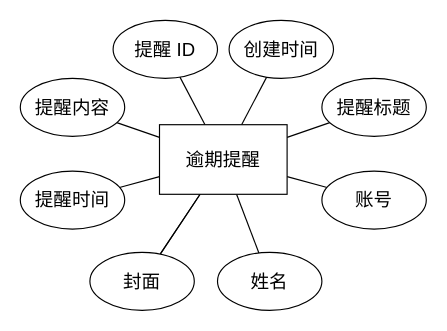
The draw.io diagram 图3-26.drawio in blackjack2022/draw.io, before the edit. Source tidied: cells renumbered, new cells numbered last; positions are measured from the earlier drawing's top-left corner, leaving out a move shared by most shapes. Both pictures are drawn from the tidied source at 116%, with x=0, y=0 at pixel (20, 20).
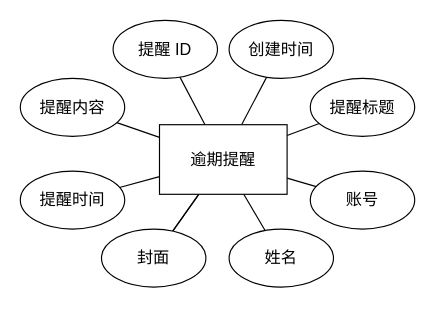
The same diagram, later.

Diff of the diagram source:
```diff
@@
 <mxGraphModel>
   <root>
     <mxCell id="0" />
     <mxCell id="1" parent="0" />
-    <mxCell id="2" style="rounded=0;jettySize=auto;html=1;endArrow=none;startFill=0;fontFamily=宋体;fontSize=16;" parent="1" edge="1" source="11" target="14">
+    <mxCell id="2" style="rounded=0;jettySize=auto;html=1;endArrow=none;startFill=0;fontFamily=宋体;fontSize=14;" parent="1" edge="1" source="11" target="14">
       <mxGeometry relative="1" as="geometry" />
     </mxCell>
-    <mxCell id="3" style="rounded=0;jettySize=auto;html=1;endArrow=none;startFill=0;fontFamily=宋体;fontSize=16;" parent="1" edge="1" source="11" target="15">
+    <mxCell id="3" style="rounded=0;jettySize=auto;html=1;endArrow=none;startFill=0;fontFamily=宋体;fontSize=14;" parent="1" edge="1" source="11" target="15">
       <mxGeometry relative="1" as="geometry" />
     </mxCell>
-    <mxCell id="4" style="rounded=0;jettySize=auto;html=1;endArrow=none;startFill=0;fontFamily=宋体;fontSize=16;" parent="1" edge="1" source="11" target="16">
+    <mxCell id="4" style="rounded=0;jettySize=auto;html=1;endArrow=none;startFill=0;fontFamily=宋体;fontSize=14;" parent="1" edge="1" source="11" target="16">
       <mxGeometry relative="1" as="geometry" />
     </mxCell>
-    <mxCell id="5" style="rounded=0;jettySize=auto;html=1;endArrow=none;startFill=0;fontFamily=宋体;fontSize=16;" parent="1" edge="1" source="11" target="17">
+    <mxCell id="5" style="rounded=0;jettySize=auto;html=1;endArrow=none;startFill=0;fontFamily=宋体;fontSize=14;" parent="1" edge="1" source="11" target="17">
       <mxGeometry relative="1" as="geometry" />
     </mxCell>
-    <mxCell id="6" style="rounded=0;jettySize=auto;html=1;endArrow=none;startFill=0;fontFamily=宋体;fontSize=16;" parent="1" edge="1" source="11" target="18">
+    <mxCell id="6" style="rounded=0;jettySize=auto;html=1;endArrow=none;startFill=0;fontFamily=宋体;fontSize=14;" parent="1" edge="1" source="11" target="18">
       <mxGeometry relative="1" as="geometry" />
     </mxCell>
-    <mxCell id="7" style="rounded=0;jettySize=auto;html=1;endArrow=none;startFill=0;fontFamily=宋体;fontSize=16;" parent="1" edge="1" source="11" target="13">
+    <mxCell id="7" style="rounded=0;jettySize=auto;html=1;endArrow=none;startFill=0;fontFamily=宋体;fontSize=14;" parent="1" edge="1" source="11" target="13">
       <mxGeometry relative="1" as="geometry" />
     </mxCell>
-    <mxCell id="8" style="rounded=0;jettySize=auto;html=1;endArrow=none;startFill=0;fontFamily=宋体;fontSize=16;" parent="1" edge="1" source="11" target="12">
+    <mxCell id="8" style="rounded=0;jettySize=auto;html=1;endArrow=none;startFill=0;fontFamily=宋体;fontSize=14;" parent="1" edge="1" source="11" target="12">
       <mxGeometry relative="1" as="geometry" />
     </mxCell>
-    <mxCell id="9" style="rounded=0;jettySize=auto;html=1;endArrow=none;startFill=0;fontFamily=宋体;fontSize=16;" parent="1" edge="1" source="11" target="19">
+    <mxCell id="9" style="rounded=0;jettySize=auto;html=1;endArrow=none;startFill=0;fontFamily=宋体;fontSize=14;" parent="1" edge="1" source="11" target="19">
       <mxGeometry relative="1" as="geometry" />
     </mxCell>
-    <mxCell id="10" style="rounded=0;jettySize=auto;html=1;endArrow=none;startFill=0;fontFamily=宋体;fontSize=16;" parent="1" edge="1" source="11" target="18">
+    <mxCell id="10" style="rounded=0;jettySize=auto;html=1;endArrow=none;startFill=0;fontFamily=宋体;fontSize=14;" parent="1" edge="1" source="11" target="18">
       <mxGeometry relative="1" as="geometry" />
     </mxCell>
-    <mxCell id="11" value="逾期提醒" style="rounded=0;whiteSpace=wrap;html=1;fontFamily=宋体;fontSize=16;" parent="1" vertex="1">
+    <mxCell id="11" value="逾期提醒" style="rounded=0;whiteSpace=wrap;html=1;fontFamily=宋体;fontSize=14;" parent="1" vertex="1">
       <mxGeometry x="120" y="90" width="110" height="60" as="geometry" />
     </mxCell>
-    <mxCell id="12" value="&lt;p class=&quot;MsoNormal&quot;&gt;&lt;span style=&quot;font-size: 12pt;&quot;&gt;提醒内容&lt;/span&gt;&lt;/p&gt;" style="ellipse;whiteSpace=wrap;html=1;fontFamily=宋体;fontSize=16;" parent="1" vertex="1">
+    <mxCell id="12" value="&lt;p class=&quot;MsoNormal&quot;&gt;&lt;span&gt;提醒内容&lt;/span&gt;&lt;/p&gt;" style="ellipse;whiteSpace=wrap;html=1;fontFamily=宋体;fontSize=14;" parent="1" vertex="1">
       <mxGeometry y="50" width="90" height="50" as="geometry" />
     </mxCell>
-    <mxCell id="13" value="&lt;p class=&quot;MsoNormal&quot;&gt;&lt;span style=&quot;font-size: 12pt;&quot;&gt;&lt;font face=&quot;宋体&quot;&gt;提醒&lt;/font&gt; &lt;font face=&quot;宋体&quot;&gt;ID&lt;/font&gt;&lt;/span&gt;&lt;/p&gt;" style="ellipse;whiteSpace=wrap;html=1;fontFamily=宋体;fontSize=16;" parent="1" vertex="1">
+    <mxCell id="13" value="&lt;p class=&quot;MsoNormal&quot;&gt;&lt;span&gt;&lt;font face=&quot;宋体&quot;&gt;提醒&lt;/font&gt; &lt;font face=&quot;宋体&quot;&gt;ID&lt;/font&gt;&lt;/span&gt;&lt;/p&gt;" style="ellipse;whiteSpace=wrap;html=1;fontFamily=宋体;fontSize=14;" parent="1" vertex="1">
       <mxGeometry x="80" width="90" height="50" as="geometry" />
     </mxCell>
-    <mxCell id="14" value="&lt;p class=&quot;MsoNormal&quot;&gt;&lt;span style=&quot;font-size: 12pt;&quot;&gt;创建时间&lt;/span&gt;&lt;/p&gt;" style="ellipse;whiteSpace=wrap;html=1;fontFamily=宋体;fontSize=16;" parent="1" vertex="1">
+    <mxCell id="14" value="&lt;p class=&quot;MsoNormal&quot;&gt;&lt;span&gt;创建时间&lt;/span&gt;&lt;/p&gt;" style="ellipse;whiteSpace=wrap;html=1;fontFamily=宋体;fontSize=14;" parent="1" vertex="1">
       <mxGeometry x="180" width="90" height="50" as="geometry" />
     </mxCell>
-    <mxCell id="15" value="&lt;p class=&quot;MsoNormal&quot;&gt;&lt;span style=&quot;font-size: 12pt;&quot;&gt;提醒标题&lt;/span&gt;&lt;/p&gt;" style="ellipse;whiteSpace=wrap;html=1;fontFamily=宋体;fontSize=16;" parent="1" vertex="1">
-      <mxGeometry x="260" y="50" width="90" height="50" as="geometry" />
+    <mxCell id="15" value="&lt;p class=&quot;MsoNormal&quot;&gt;&lt;span&gt;提醒标题&lt;/span&gt;&lt;/p&gt;" style="ellipse;whiteSpace=wrap;html=1;fontFamily=宋体;fontSize=14;" parent="1" vertex="1">
+      <mxGeometry x="250" y="50" width="90" height="50" as="geometry" />
     </mxCell>
-    <mxCell id="16" value="&lt;p class=&quot;MsoNormal&quot;&gt;&lt;span style=&quot;font-size: 12pt;&quot;&gt;账号&lt;/span&gt;&lt;/p&gt;" style="ellipse;whiteSpace=wrap;html=1;fontFamily=宋体;fontSize=16;" parent="1" vertex="1">
-      <mxGeometry x="260" y="130" width="90" height="50" as="geometry" />
+    <mxCell id="16" value="&lt;p class=&quot;MsoNormal&quot;&gt;&lt;span&gt;账号&lt;/span&gt;&lt;/p&gt;" style="ellipse;whiteSpace=wrap;html=1;fontFamily=宋体;fontSize=14;" parent="1" vertex="1">
+      <mxGeometry x="250" y="130" width="90" height="50" as="geometry" />
     </mxCell>
-    <mxCell id="17" value="&lt;p class=&quot;MsoNormal&quot;&gt;&lt;span style=&quot;font-size: 12pt;&quot;&gt;姓名&lt;/span&gt;&lt;/p&gt;" style="ellipse;whiteSpace=wrap;html=1;fontFamily=宋体;fontSize=16;" parent="1" vertex="1">
-      <mxGeometry x="170" y="200" width="90" height="50" as="geometry" />
+    <mxCell id="17" value="&lt;p class=&quot;MsoNormal&quot;&gt;&lt;span&gt;姓名&lt;/span&gt;&lt;/p&gt;" style="ellipse;whiteSpace=wrap;html=1;fontFamily=宋体;fontSize=14;" parent="1" vertex="1">
+      <mxGeometry x="180" y="180" width="90" height="50" as="geometry" />
     </mxCell>
-    <mxCell id="18" value="&lt;p class=&quot;MsoNormal&quot;&gt;&lt;span style=&quot;font-size: 12pt;&quot;&gt;封面&lt;/span&gt;&lt;/p&gt;" style="ellipse;whiteSpace=wrap;html=1;fontFamily=宋体;fontSize=16;" parent="1" vertex="1">
-      <mxGeometry x="60" y="200" width="90" height="50" as="geometry" />
+    <mxCell id="18" value="&lt;p class=&quot;MsoNormal&quot;&gt;&lt;span&gt;封面&lt;/span&gt;&lt;/p&gt;" style="ellipse;whiteSpace=wrap;html=1;fontFamily=宋体;fontSize=14;" parent="1" vertex="1">
+      <mxGeometry x="70" y="180" width="90" height="50" as="geometry" />
     </mxCell>
-    <mxCell id="19" value="&lt;p class=&quot;MsoNormal&quot;&gt;&lt;span style=&quot;font-size: 12pt;&quot;&gt;提醒时间&lt;/span&gt;&lt;/p&gt;" style="ellipse;whiteSpace=wrap;html=1;fontFamily=宋体;fontSize=16;" parent="1" vertex="1">
+    <mxCell id="19" value="&lt;p class=&quot;MsoNormal&quot;&gt;&lt;span&gt;提醒时间&lt;/span&gt;&lt;/p&gt;" style="ellipse;whiteSpace=wrap;html=1;fontFamily=宋体;fontSize=14;" parent="1" vertex="1">
       <mxGeometry y="130" width="90" height="50" as="geometry" />
     </mxCell>
   </root>
 </mxGraphModel>
```
